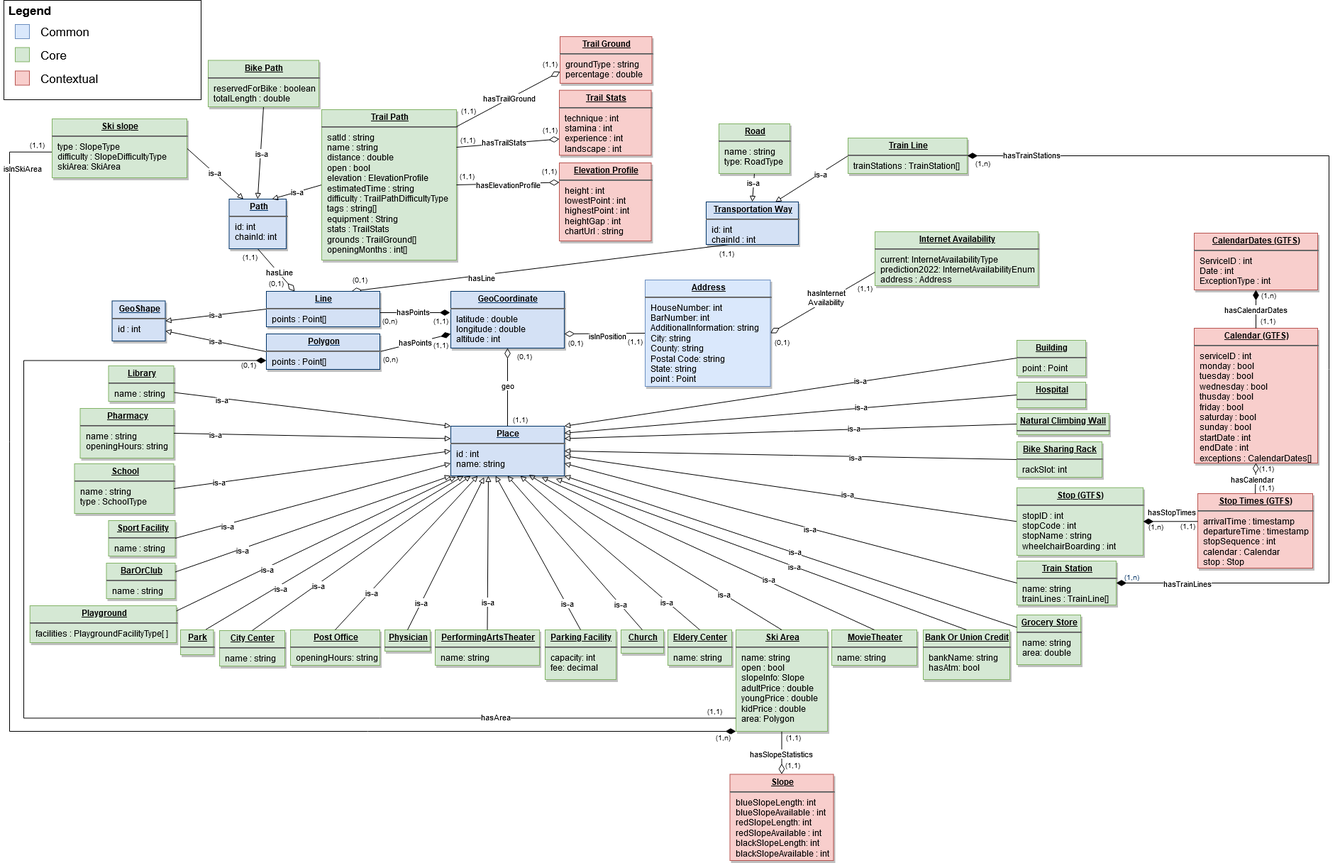
UNITN-KDI-2020/GeoSpatial-Domain-project keeps this draw.io diagram as documentation/project report/EER.png. Above is the earlier version. Source tidied: cells renumbered, new cells last; positions are measured from the earlier drawing's top-left corner, leaving out a move shared by most shapes.
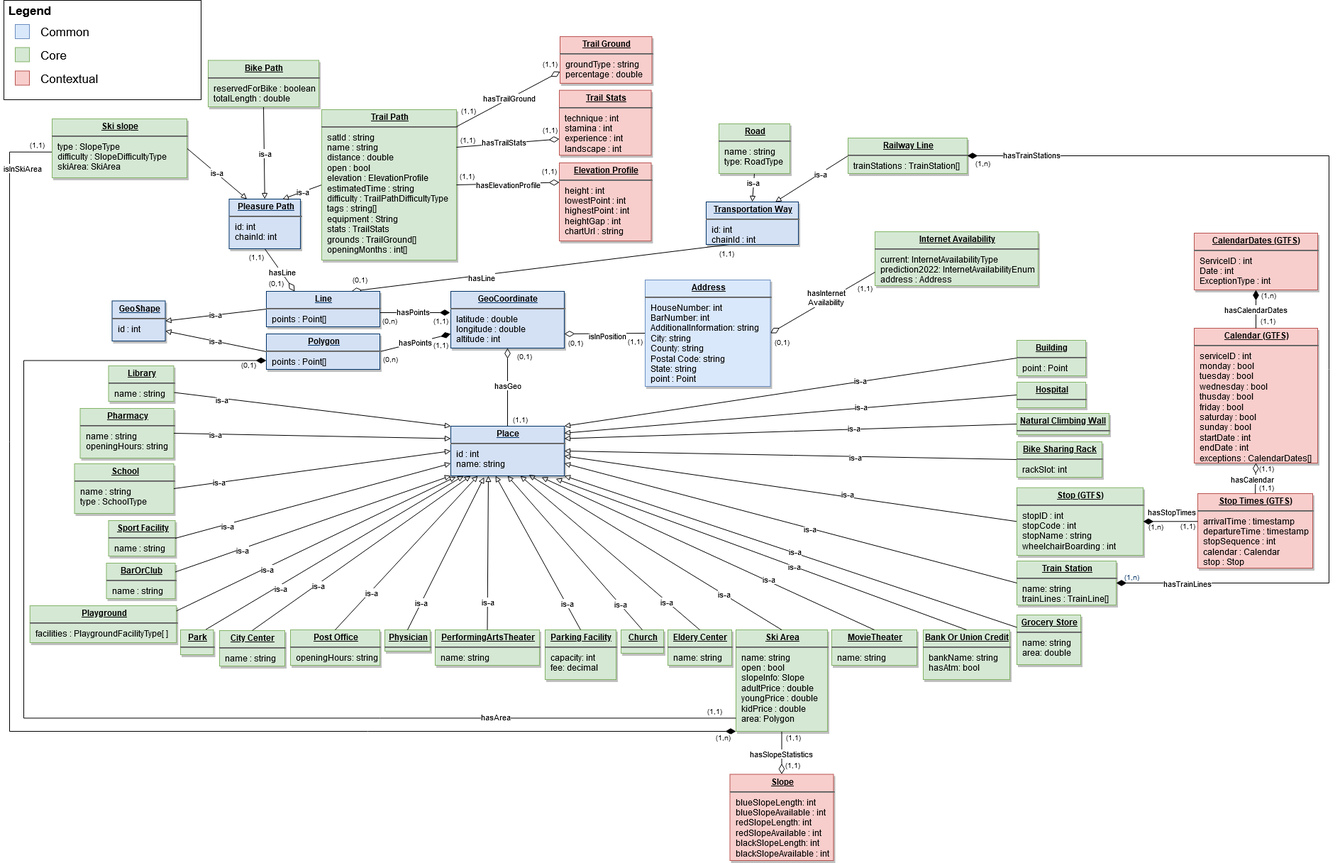
After the change.

The edit, as a diff of the source:
```diff
@@ -5,7 +5,7 @@
     <mxCell id="2" style="edgeStyle=none;rounded=0;jettySize=auto;html=1;exitX=0.5;exitY=1;exitDx=0;exitDy=0;endArrow=none;endFill=0;startArrow=diamondThin;startFill=0;endSize=12;startSize=12;" parent="1" edge="1" source="6" target="13">
       <mxGeometry relative="1" as="geometry" />
     </mxCell>
-    <mxCell id="3" value="geo" style="edgeLabel;html=1;align=center;verticalAlign=middle;" parent="2" vertex="1">
+    <mxCell id="3" value="hasGeo" style="edgeLabel;html=1;align=center;verticalAlign=middle;" parent="2" vertex="1">
       <mxGeometry x="-0.06" y="-1" relative="1" as="geometry" />
     </mxCell>
     <mxCell id="4" style="edgeStyle=none;rounded=0;jettySize=auto;html=1;exitX=1;exitY=0.75;exitDx=0;exitDy=0;entryX=0;entryY=0.5;entryDx=0;entryDy=0;startArrow=diamondThin;startFill=0;startSize=12;endArrow=none;endFill=0;endSize=12;" parent="1" edge="1" source="6" target="72">
@@ -73,8 +73,8 @@
     <mxCell id="24" value="&lt;p style=&quot;margin: 0px ; margin-top: 4px ; text-align: center ; text-decoration: underline&quot;&gt;&lt;b&gt;Playground&lt;/b&gt;&lt;/p&gt;&lt;hr&gt;&lt;p style=&quot;margin: 0px ; margin-left: 8px&quot;&gt;facilities : PlaygroundFacilityType[ ]&lt;/p&gt;" style="verticalAlign=top;align=left;overflow=fill;fontSize=12;fontFamily=Helvetica;html=1;strokeColor=#82b366;shadow=1;fillColor=#d5e8d4;" parent="1" vertex="1">
       <mxGeometry x="36.8" y="853" width="206.5" height="52" as="geometry" />
     </mxCell>
-    <mxCell id="25" value="&lt;p style=&quot;margin: 0px ; margin-top: 4px ; text-align: center ; text-decoration: underline&quot;&gt;&lt;b&gt;&lt;font color=&quot;#000000&quot;&gt;Path&lt;/font&gt;&lt;/b&gt;&lt;/p&gt;&lt;hr&gt;&lt;p style=&quot;margin: 0px ; margin-left: 8px&quot;&gt;&lt;font color=&quot;#000000&quot;&gt;id: int&lt;/font&gt;&lt;/p&gt;&lt;p style=&quot;margin: 0px ; margin-left: 8px&quot;&gt;&lt;font color=&quot;#000000&quot;&gt;chainId: int&lt;/font&gt;&lt;/p&gt;" style="verticalAlign=top;align=left;overflow=fill;fontSize=12;fontFamily=Helvetica;html=1;strokeColor=#003366;shadow=1;fillColor=#D4E1F5;fontColor=#003366;" parent="1" vertex="1">
-      <mxGeometry x="317.5" y="280" width="80.5" height="70" as="geometry" />
+    <mxCell id="25" value="&lt;p style=&quot;margin: 0px ; margin-top: 4px ; text-align: center ; text-decoration: underline&quot;&gt;&lt;b&gt;&lt;font color=&quot;#000000&quot;&gt;Pleasure Path&lt;/font&gt;&lt;/b&gt;&lt;/p&gt;&lt;hr&gt;&lt;p style=&quot;margin: 0px ; margin-left: 8px&quot;&gt;&lt;font color=&quot;#000000&quot;&gt;id: int&lt;/font&gt;&lt;/p&gt;&lt;p style=&quot;margin: 0px ; margin-left: 8px&quot;&gt;&lt;font color=&quot;#000000&quot;&gt;chainId: int&lt;/font&gt;&lt;/p&gt;" style="verticalAlign=top;align=left;overflow=fill;fontSize=12;fontFamily=Helvetica;html=1;strokeColor=#003366;shadow=1;fillColor=#D4E1F5;fontColor=#003366;" parent="1" vertex="1">
+      <mxGeometry x="317.5" y="280" width="100.5" height="70" as="geometry" />
     </mxCell>
     <mxCell id="26" style="edgeStyle=none;rounded=0;jettySize=auto;html=1;exitX=0.5;exitY=1;exitDx=0;exitDy=0;entryX=0.5;entryY=0;entryDx=0;entryDy=0;endArrow=block;endFill=0;" parent="1" edge="1" source="28" target="25">
       <mxGeometry relative="1" as="geometry" />
@@ -112,7 +112,7 @@
     <mxCell id="37" value="is-a" style="edgeLabel;html=1;align=center;verticalAlign=middle;" parent="36" vertex="1">
       <mxGeometry x="-0.22" relative="1" as="geometry" />
     </mxCell>
-    <mxCell id="38" value="&lt;p style=&quot;margin: 0px ; margin-top: 4px ; text-align: center ; text-decoration: underline&quot;&gt;&lt;b&gt;Train Line&lt;/b&gt;&lt;/p&gt;&lt;hr&gt;&lt;p style=&quot;margin: 0px ; margin-left: 8px&quot;&gt;trainStations : TrainStation[]&lt;/p&gt;" style="verticalAlign=top;align=left;overflow=fill;fontSize=12;fontFamily=Helvetica;html=1;strokeColor=#82b366;shadow=1;fillColor=#d5e8d4;" parent="1" vertex="1">
+    <mxCell id="38" value="&lt;p style=&quot;margin: 0px ; margin-top: 4px ; text-align: center ; text-decoration: underline&quot;&gt;&lt;b&gt;Railway Line&lt;/b&gt;&lt;/p&gt;&lt;hr&gt;&lt;p style=&quot;margin: 0px ; margin-left: 8px&quot;&gt;trainStations : TrainStation[]&lt;/p&gt;" style="verticalAlign=top;align=left;overflow=fill;fontSize=12;fontFamily=Helvetica;html=1;strokeColor=#82b366;shadow=1;fillColor=#d5e8d4;" parent="1" vertex="1">
       <mxGeometry x="1190" y="194" width="168" height="50" as="geometry" />
     </mxCell>
     <mxCell id="39" value="&lt;p style=&quot;margin: 0px ; margin-top: 4px ; text-align: center ; text-decoration: underline&quot;&gt;&lt;b&gt;Post Office&lt;/b&gt;&lt;/p&gt;&lt;hr&gt;&lt;p style=&quot;margin: 0px ; margin-left: 8px&quot;&gt;&lt;span&gt;openingHours: string&lt;/span&gt;&lt;br&gt;&lt;/p&gt;" style="verticalAlign=top;align=left;overflow=fill;fontSize=12;fontFamily=Helvetica;html=1;strokeColor=#82b366;shadow=1;fillColor=#d5e8d4;" parent="1" vertex="1">
@@ -277,7 +277,7 @@
       <mxGeometry x="488" y="382" width="28" height="20" as="geometry" />
     </mxCell>
     <mxCell id="84" value="&lt;font style=&quot;font-size: 10px&quot;&gt;(1,1)&lt;/font&gt;" style="text;html=1;strokeColor=none;fillColor=none;align=center;verticalAlign=middle;whiteSpace=wrap;rounded=0;fontSize=17;" parent="1" vertex="1">
-      <mxGeometry x="333" y="350" width="28" height="20" as="geometry" />
+      <mxGeometry x="342" y="350" width="28" height="20" as="geometry" />
     </mxCell>
     <mxCell id="85" value="&lt;font style=&quot;font-size: 10px&quot;&gt;(0,1)&lt;/font&gt;" style="text;html=1;strokeColor=none;fillColor=none;align=center;verticalAlign=middle;whiteSpace=wrap;rounded=0;fontSize=17;" parent="1" vertex="1">
       <mxGeometry x="370" y="387" width="28" height="20" as="geometry" />
```
